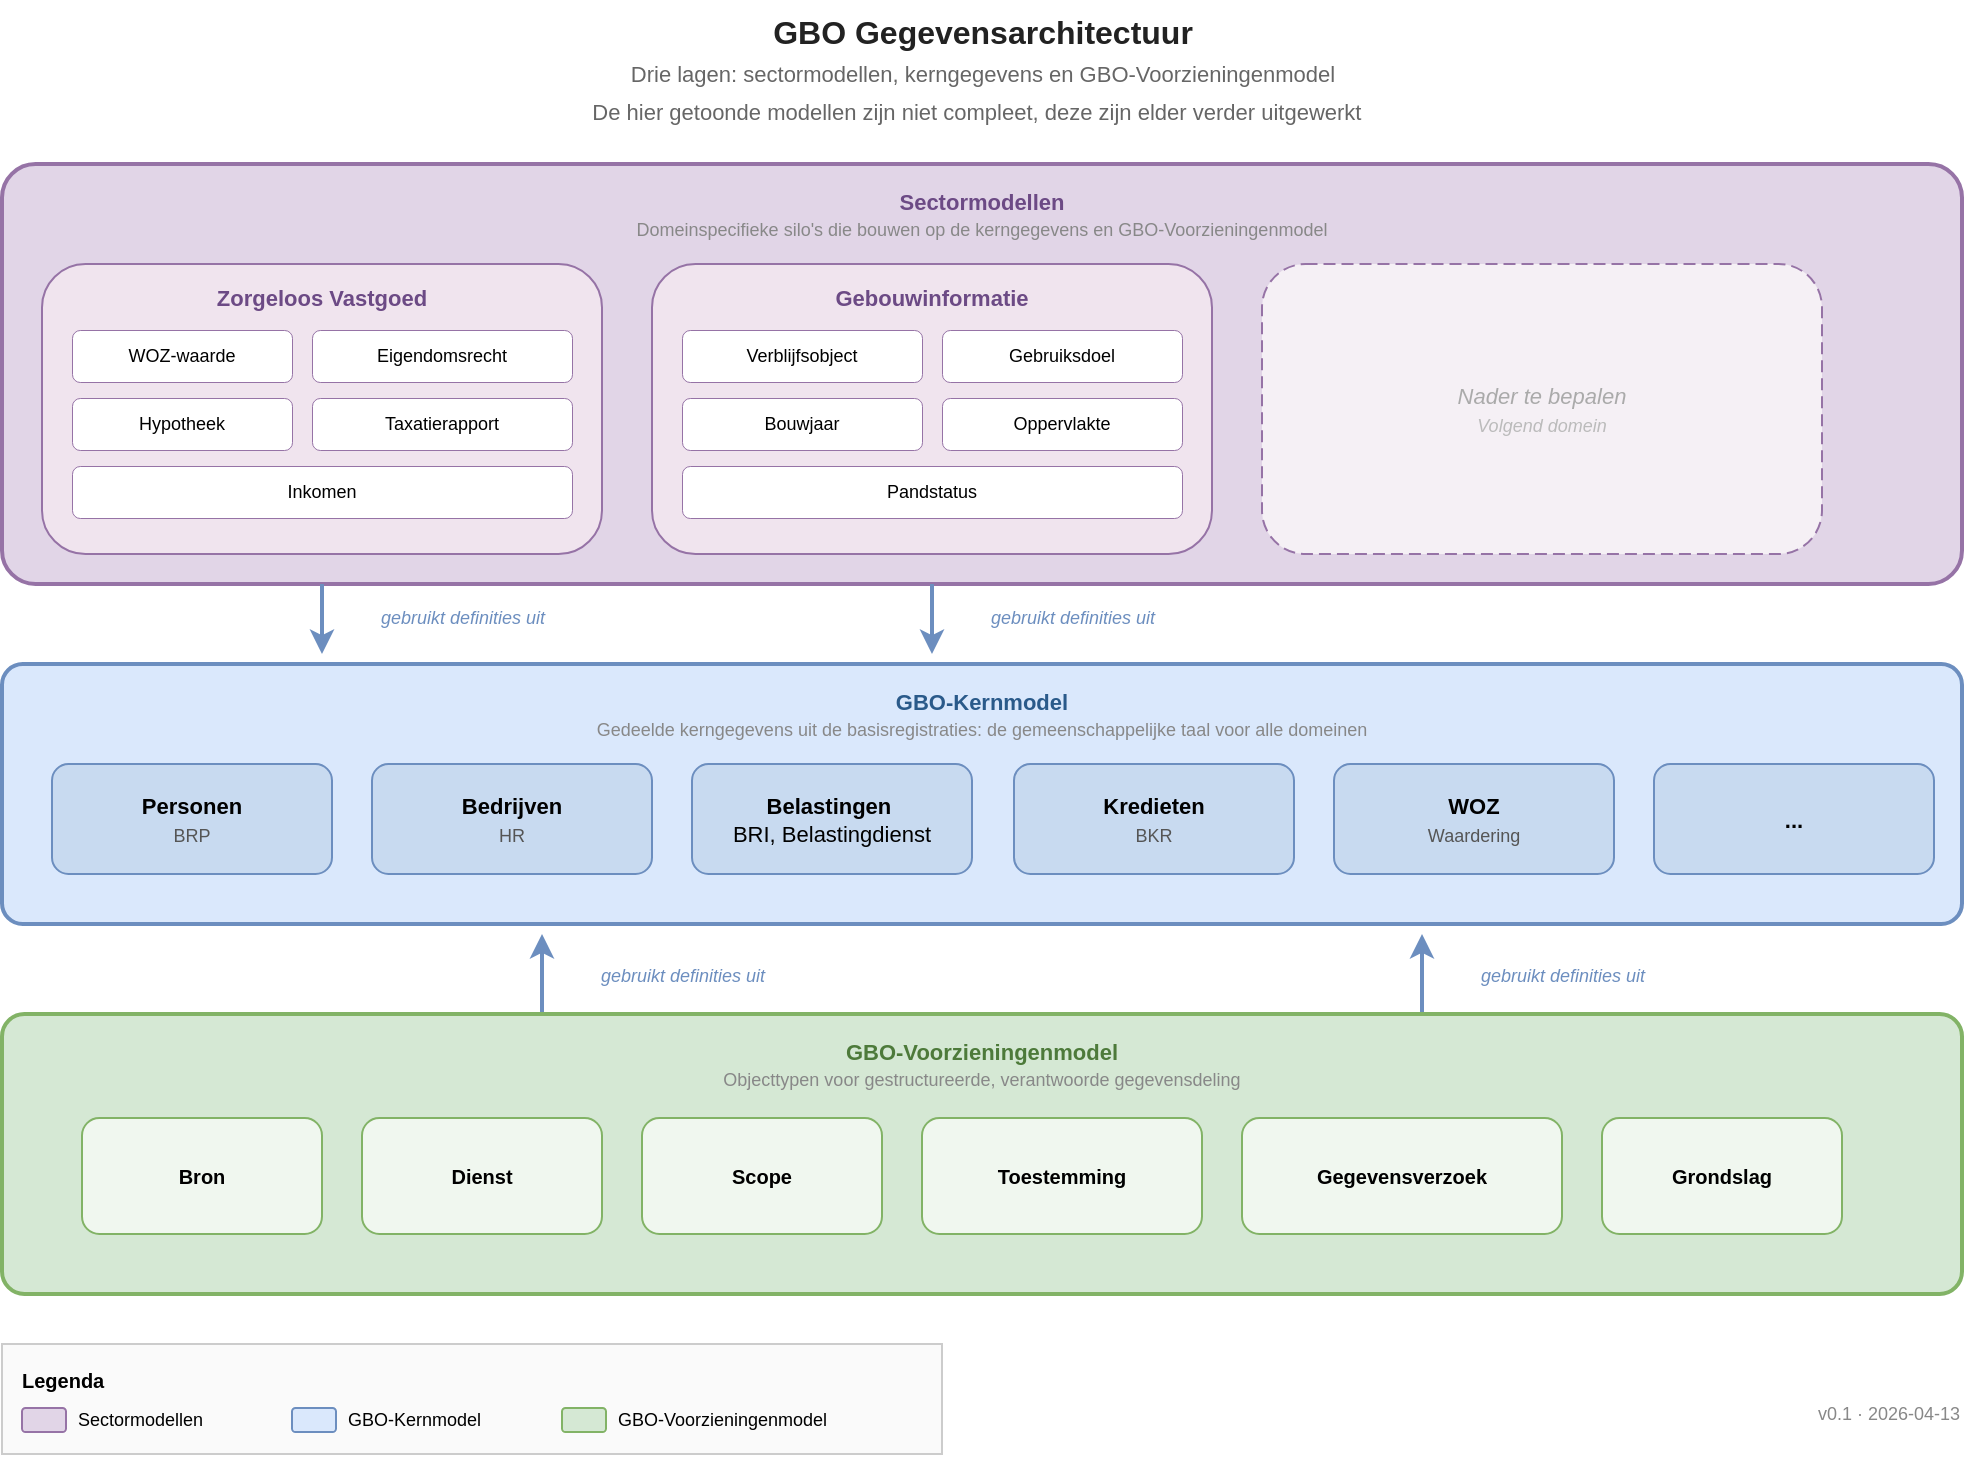
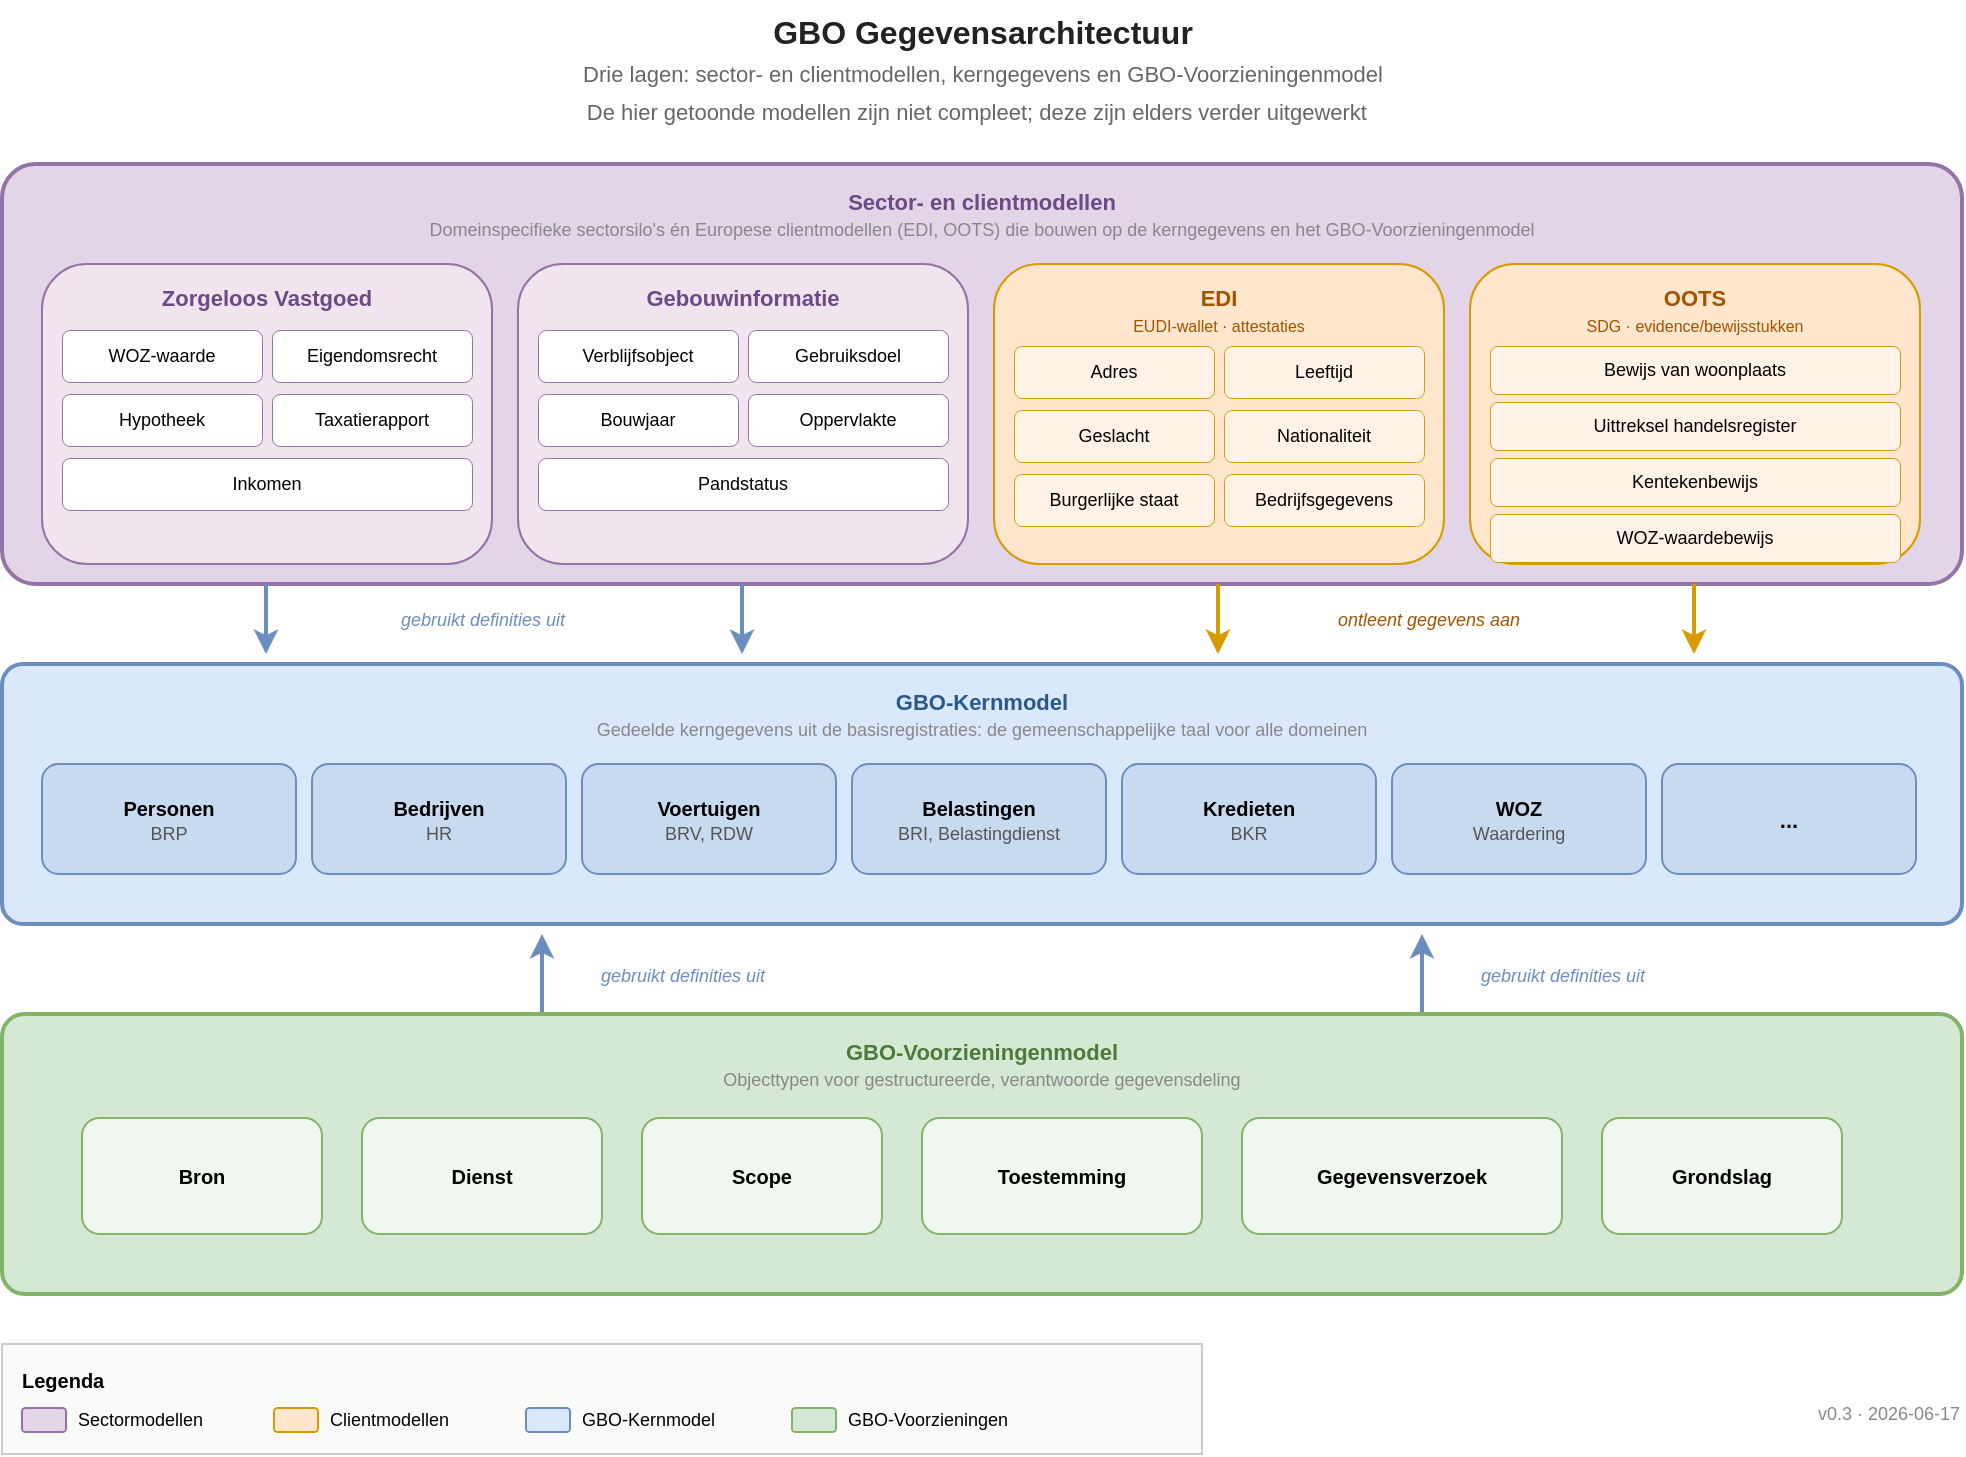
<mxfile host="Electron" agent="Mozilla/5.0 (Macintosh; Intel Mac OS X 10_15_7) AppleWebKit/537.36 (KHTML, like Gecko) draw.io/29.6.6 Chrome/144.0.7559.236 Electron/40.8.4 Safari/537.36">
  <diagram name="Gegevensarchitectuur" id="gbo-gegevensarchitectuur">
    <mxGraphModel dx="1006" dy="777" grid="1" gridSize="10" guides="1" tooltips="1" connect="1" arrows="1" fold="1" page="1" pageScale="1" pageWidth="1100" pageHeight="820" math="0" shadow="0">
      <root>
        <mxCell id="0" />
        <mxCell id="1" parent="0" />
-         <mxCell id="title" parent="1" style="text;html=1;align=center;verticalAlign=middle;resizable=0;points=[];autosize=1;strokeColor=none;fillColor=none;fontSize=16;fontColor=#222222;" value="&lt;b&gt;GBO Gegevensarchitectuur&lt;/b&gt;&lt;br&gt;&lt;font style=&quot;font-size:11px;color:#666&quot;&gt;Drie lagen: sectormodellen, kerngegevens en GBO-Voorzieningenmodel&lt;/font&gt;&lt;div&gt;&lt;font style=&quot;font-size:11px;color:#666&quot;&gt;De hier getoonde modellen zijn niet compleet, deze zijn elder verder uitgewerkt&amp;nbsp;&amp;nbsp;&lt;/font&gt;&lt;/div&gt;" vertex="1">
+         <mxCell id="title" parent="1" style="text;html=1;align=center;verticalAlign=middle;resizable=0;points=[];autosize=1;strokeColor=none;fillColor=none;fontSize=16;fontColor=#222222;" value="&lt;b&gt;GBO Gegevensarchitectuur&lt;/b&gt;&lt;br&gt;&lt;font style=&quot;font-size:11px;color:#666&quot;&gt;Drie lagen: sector- en clientmodellen, kerngegevens en GBO-Voorzieningenmodel&lt;/font&gt;&lt;div&gt;&lt;font style=&quot;font-size:11px;color:#666&quot;&gt;De hier getoonde modellen zijn niet compleet; deze zijn elders verder uitgewerkt&amp;nbsp;&amp;nbsp;&lt;/font&gt;&lt;/div&gt;" vertex="1">
          <mxGeometry height="70" width="410" x="345" y="11" as="geometry" />
        </mxCell>
-         <mxCell id="layer-sector" parent="1" style="rounded=1;whiteSpace=wrap;html=1;fillColor=#e1d5e7;strokeColor=#9673a6;strokeWidth=2;verticalAlign=top;fontSize=11;fontColor=#6c4a85;align=center;spacingTop=6;arcSize=8;" value="&lt;b&gt;Sectormodellen&lt;/b&gt;&lt;br&gt;&lt;font style=&quot;font-size:9px;color:#888&quot;&gt;Domeinspecifieke silo&#39;s die bouwen op de kerngegevens en GBO-Voorzieningenmodel&lt;/font&gt;" vertex="1">
+         <mxCell id="layer-sector" parent="1" style="rounded=1;whiteSpace=wrap;html=1;fillColor=#e1d5e7;strokeColor=#9673a6;strokeWidth=2;verticalAlign=top;fontSize=11;fontColor=#6c4a85;align=center;spacingTop=6;arcSize=8;" value="&lt;b&gt;Sector- en clientmodellen&lt;/b&gt;&lt;br&gt;&lt;font style=&quot;font-size:9px;color:#888&quot;&gt;Domeinspecifieke sectorsilo&#39;s én Europese clientmodellen (EDI, OOTS) die bouwen op de kerngegevens en het GBO-Voorzieningenmodel&lt;/font&gt;" vertex="1">
          <mxGeometry height="210" width="980" x="60" y="93" as="geometry" />
        </mxCell>
        <mxCell id="silo-zv" parent="1" style="rounded=1;whiteSpace=wrap;html=1;fillColor=#f0e4ee;strokeColor=#9673a6;strokeWidth=1;verticalAlign=top;fontSize=11;fontColor=#6c4a85;align=center;spacingTop=4;" value="&lt;b&gt;Zorgeloos Vastgoed&lt;/b&gt;" vertex="1">
-           <mxGeometry height="145" width="280" x="80" y="143" as="geometry" />
+           <mxGeometry height="150" width="225" x="80" y="143" as="geometry" />
        </mxCell>
        <mxCell id="zv-woz" parent="1" style="rounded=1;whiteSpace=wrap;html=1;fillColor=#ffffff;strokeColor=#9673a6;strokeWidth=0.5;verticalAlign=middle;fontSize=9;" value="WOZ-waarde" vertex="1">
-           <mxGeometry height="26" width="110" x="95" y="176" as="geometry" />
+           <mxGeometry height="26" width="100" x="90" y="176" as="geometry" />
        </mxCell>
        <mxCell id="zv-eigendom" parent="1" style="rounded=1;whiteSpace=wrap;html=1;fillColor=#ffffff;strokeColor=#9673a6;strokeWidth=0.5;verticalAlign=middle;fontSize=9;" value="Eigendomsrecht" vertex="1">
-           <mxGeometry height="26" width="130" x="215" y="176" as="geometry" />
+           <mxGeometry height="26" width="100" x="195" y="176" as="geometry" />
        </mxCell>
        <mxCell id="zv-hypotheek" parent="1" style="rounded=1;whiteSpace=wrap;html=1;fillColor=#ffffff;strokeColor=#9673a6;strokeWidth=0.5;verticalAlign=middle;fontSize=9;" value="Hypotheek" vertex="1">
-           <mxGeometry height="26" width="110" x="95" y="210" as="geometry" />
+           <mxGeometry height="26" width="100" x="90" y="208" as="geometry" />
        </mxCell>
        <mxCell id="zv-taxatie" parent="1" style="rounded=1;whiteSpace=wrap;html=1;fillColor=#ffffff;strokeColor=#9673a6;strokeWidth=0.5;verticalAlign=middle;fontSize=9;" value="Taxatierapport" vertex="1">
-           <mxGeometry height="26" width="130" x="215" y="210" as="geometry" />
+           <mxGeometry height="26" width="100" x="195" y="208" as="geometry" />
        </mxCell>
        <mxCell id="zv-energie" parent="1" style="rounded=1;whiteSpace=wrap;html=1;fillColor=#ffffff;strokeColor=#9673a6;strokeWidth=0.5;verticalAlign=middle;fontSize=9;" value="Inkomen" vertex="1">
-           <mxGeometry height="26" width="250" x="95" y="244" as="geometry" />
+           <mxGeometry height="26" width="205" x="90" y="240" as="geometry" />
        </mxCell>
        <mxCell id="silo-gi" parent="1" style="rounded=1;whiteSpace=wrap;html=1;fillColor=#f0e4ee;strokeColor=#9673a6;strokeWidth=1;verticalAlign=top;fontSize=11;fontColor=#6c4a85;align=center;spacingTop=4;" value="&lt;b&gt;Gebouwinformatie&lt;/b&gt;" vertex="1">
-           <mxGeometry height="145" width="280" x="385" y="143" as="geometry" />
+           <mxGeometry height="150" width="225" x="318" y="143" as="geometry" />
        </mxCell>
        <mxCell id="gi-verblijf" parent="1" style="rounded=1;whiteSpace=wrap;html=1;fillColor=#ffffff;strokeColor=#9673a6;strokeWidth=0.5;verticalAlign=middle;fontSize=9;" value="Verblijfsobject" vertex="1">
-           <mxGeometry height="26" width="120" x="400" y="176" as="geometry" />
+           <mxGeometry height="26" width="100" x="328" y="176" as="geometry" />
        </mxCell>
        <mxCell id="gi-gebruik" parent="1" style="rounded=1;whiteSpace=wrap;html=1;fillColor=#ffffff;strokeColor=#9673a6;strokeWidth=0.5;verticalAlign=middle;fontSize=9;" value="Gebruiksdoel" vertex="1">
-           <mxGeometry height="26" width="120" x="530" y="176" as="geometry" />
+           <mxGeometry height="26" width="100" x="433" y="176" as="geometry" />
        </mxCell>
        <mxCell id="gi-bouwjaar" parent="1" style="rounded=1;whiteSpace=wrap;html=1;fillColor=#ffffff;strokeColor=#9673a6;strokeWidth=0.5;verticalAlign=middle;fontSize=9;" value="Bouwjaar" vertex="1">
-           <mxGeometry height="26" width="120" x="400" y="210" as="geometry" />
+           <mxGeometry height="26" width="100" x="328" y="208" as="geometry" />
        </mxCell>
        <mxCell id="gi-opp" parent="1" style="rounded=1;whiteSpace=wrap;html=1;fillColor=#ffffff;strokeColor=#9673a6;strokeWidth=0.5;verticalAlign=middle;fontSize=9;" value="Oppervlakte" vertex="1">
-           <mxGeometry height="26" width="120" x="530" y="210" as="geometry" />
+           <mxGeometry height="26" width="100" x="433" y="208" as="geometry" />
        </mxCell>
        <mxCell id="gi-status" parent="1" style="rounded=1;whiteSpace=wrap;html=1;fillColor=#ffffff;strokeColor=#9673a6;strokeWidth=0.5;verticalAlign=middle;fontSize=9;" value="Pandstatus" vertex="1">
-           <mxGeometry height="26" width="250" x="400" y="244" as="geometry" />
-         </mxCell>
-         <mxCell id="silo-ntb" parent="1" style="rounded=1;whiteSpace=wrap;html=1;fillColor=#f5f0f5;strokeColor=#9673a6;strokeWidth=1;dashed=1;dashPattern=6 3;verticalAlign=middle;fontSize=11;fontColor=#aaa;fontStyle=2;align=center;" value="Nader te bepalen&lt;br&gt;&lt;font style=&quot;font-size:9px;color:#bbb&quot;&gt;Volgend domein&lt;/font&gt;" vertex="1">
-           <mxGeometry height="145" width="280" x="690" y="143" as="geometry" />
+           <mxGeometry height="26" width="205" x="328" y="240" as="geometry" />
+         </mxCell>
+         <mxCell id="silo-edi" parent="1" style="rounded=1;whiteSpace=wrap;html=1;fillColor=#ffe6cc;strokeColor=#d79b00;strokeWidth=1;verticalAlign=top;fontSize=11;fontColor=#a35200;align=center;spacingTop=4;" value="&lt;b&gt;EDI&lt;/b&gt;&lt;br&gt;&lt;font style=&quot;font-size:8px;color:#a35200&quot;&gt;EUDI-wallet · attestaties&lt;/font&gt;" vertex="1">
+           <mxGeometry height="150" width="225" x="556" y="143" as="geometry" />
+         </mxCell>
+         <mxCell id="edi-adres" parent="1" style="rounded=1;whiteSpace=wrap;html=1;fillColor=#fff2e6;strokeColor=#d79b00;strokeWidth=0.5;verticalAlign=middle;fontSize=9;" value="Adres" vertex="1">
+           <mxGeometry height="26" width="100" x="566" y="184" as="geometry" />
+         </mxCell>
+         <mxCell id="edi-leeftijd" parent="1" style="rounded=1;whiteSpace=wrap;html=1;fillColor=#fff2e6;strokeColor=#d79b00;strokeWidth=0.5;verticalAlign=middle;fontSize=9;" value="Leeftijd" vertex="1">
+           <mxGeometry height="26" width="100" x="671" y="184" as="geometry" />
+         </mxCell>
+         <mxCell id="edi-geslacht" parent="1" style="rounded=1;whiteSpace=wrap;html=1;fillColor=#fff2e6;strokeColor=#d79b00;strokeWidth=0.5;verticalAlign=middle;fontSize=9;" value="Geslacht" vertex="1">
+           <mxGeometry height="26" width="100" x="566" y="216" as="geometry" />
+         </mxCell>
+         <mxCell id="edi-nationaliteit" parent="1" style="rounded=1;whiteSpace=wrap;html=1;fillColor=#fff2e6;strokeColor=#d79b00;strokeWidth=0.5;verticalAlign=middle;fontSize=9;" value="Nationaliteit" vertex="1">
+           <mxGeometry height="26" width="100" x="671" y="216" as="geometry" />
+         </mxCell>
+         <mxCell id="edi-burgstaat" parent="1" style="rounded=1;whiteSpace=wrap;html=1;fillColor=#fff2e6;strokeColor=#d79b00;strokeWidth=0.5;verticalAlign=middle;fontSize=9;" value="Burgerlijke staat" vertex="1">
+           <mxGeometry height="26" width="100" x="566" y="248" as="geometry" />
+         </mxCell>
+         <mxCell id="edi-bedrijf" parent="1" style="rounded=1;whiteSpace=wrap;html=1;fillColor=#fff2e6;strokeColor=#d79b00;strokeWidth=0.5;verticalAlign=middle;fontSize=9;" value="Bedrijfsgegevens" vertex="1">
+           <mxGeometry height="26" width="100" x="671" y="248" as="geometry" />
+         </mxCell>
+         <mxCell id="silo-oots" parent="1" style="rounded=1;whiteSpace=wrap;html=1;fillColor=#ffe6cc;strokeColor=#d79b00;strokeWidth=1;verticalAlign=top;fontSize=11;fontColor=#a35200;align=center;spacingTop=4;" value="&lt;b&gt;OOTS&lt;/b&gt;&lt;br&gt;&lt;font style=&quot;font-size:8px;color:#a35200&quot;&gt;SDG · evidence/bewijsstukken&lt;/font&gt;" vertex="1">
+           <mxGeometry height="150" width="225" x="794" y="143" as="geometry" />
+         </mxCell>
+         <mxCell id="oots-woonplaats" parent="1" style="rounded=1;whiteSpace=wrap;html=1;fillColor=#fff2e6;strokeColor=#d79b00;strokeWidth=0.5;verticalAlign=middle;fontSize=9;" value="Bewijs van woonplaats" vertex="1">
+           <mxGeometry height="24" width="205" x="804" y="184" as="geometry" />
+         </mxCell>
+         <mxCell id="oots-hr" parent="1" style="rounded=1;whiteSpace=wrap;html=1;fillColor=#fff2e6;strokeColor=#d79b00;strokeWidth=0.5;verticalAlign=middle;fontSize=9;" value="Uittreksel handelsregister" vertex="1">
+           <mxGeometry height="24" width="205" x="804" y="212" as="geometry" />
+         </mxCell>
+         <mxCell id="oots-kenteken" parent="1" style="rounded=1;whiteSpace=wrap;html=1;fillColor=#fff2e6;strokeColor=#d79b00;strokeWidth=0.5;verticalAlign=middle;fontSize=9;" value="Kentekenbewijs" vertex="1">
+           <mxGeometry height="24" width="205" x="804" y="240" as="geometry" />
+         </mxCell>
+         <mxCell id="oots-woz" parent="1" style="rounded=1;whiteSpace=wrap;html=1;fillColor=#fff2e6;strokeColor=#d79b00;strokeWidth=0.5;verticalAlign=middle;fontSize=9;" value="WOZ-waardebewijs" vertex="1">
+           <mxGeometry height="24" width="205" x="804" y="268" as="geometry" />
        </mxCell>
        <mxCell id="arrow-sc1" edge="1" parent="1" style="endArrow=classic;html=1;strokeColor=#6c8ebf;strokeWidth=2;">
          <mxGeometry relative="1" as="geometry">
-             <mxPoint x="220" y="303" as="sourcePoint" />
-             <mxPoint x="220" y="338" as="targetPoint" />
-           </mxGeometry>
-         </mxCell>
-         <mxCell id="arrow-sc1-label" parent="1" style="text;html=1;align=center;verticalAlign=middle;strokeColor=none;fillColor=none;fontSize=9;fontColor=#6c8ebf;fontStyle=2;" value="gebruikt definities uit" vertex="1">
-           <mxGeometry height="18" width="120" x="230" y="311" as="geometry" />
+             <mxPoint x="192" y="303" as="sourcePoint" />
+             <mxPoint x="192" y="338" as="targetPoint" />
+           </mxGeometry>
        </mxCell>
        <mxCell id="arrow-sc2" edge="1" parent="1" style="endArrow=classic;html=1;strokeColor=#6c8ebf;strokeWidth=2;">
          <mxGeometry relative="1" as="geometry">
-             <mxPoint x="525" y="303" as="sourcePoint" />
-             <mxPoint x="525" y="338" as="targetPoint" />
-           </mxGeometry>
-         </mxCell>
-         <mxCell id="arrow-sc2-label" parent="1" style="text;html=1;align=center;verticalAlign=middle;strokeColor=none;fillColor=none;fontSize=9;fontColor=#6c8ebf;fontStyle=2;" value="gebruikt definities uit" vertex="1">
-           <mxGeometry height="18" width="120" x="535" y="311" as="geometry" />
+             <mxPoint x="430" y="303" as="sourcePoint" />
+             <mxPoint x="430" y="338" as="targetPoint" />
+           </mxGeometry>
+         </mxCell>
+         <mxCell id="arrow-sc-label" parent="1" style="text;html=1;align=center;verticalAlign=middle;strokeColor=none;fillColor=none;fontSize=9;fontColor=#6c8ebf;fontStyle=2;" value="gebruikt definities uit" vertex="1">
+           <mxGeometry height="18" width="120" x="240" y="312" as="geometry" />
+         </mxCell>
+         <mxCell id="arrow-sc3" edge="1" parent="1" style="endArrow=classic;html=1;strokeColor=#d79b00;strokeWidth=2;">
+           <mxGeometry relative="1" as="geometry">
+             <mxPoint x="668" y="303" as="sourcePoint" />
+             <mxPoint x="668" y="338" as="targetPoint" />
+           </mxGeometry>
+         </mxCell>
+         <mxCell id="arrow-sc4" edge="1" parent="1" style="endArrow=classic;html=1;strokeColor=#d79b00;strokeWidth=2;">
+           <mxGeometry relative="1" as="geometry">
+             <mxPoint x="906" y="303" as="sourcePoint" />
+             <mxPoint x="906" y="338" as="targetPoint" />
+           </mxGeometry>
+         </mxCell>
+         <mxCell id="arrow-sc-label2" parent="1" style="text;html=1;align=center;verticalAlign=middle;strokeColor=none;fillColor=none;fontSize=9;fontColor=#a35200;fontStyle=2;" value="ontleent gegevens aan" vertex="1">
+           <mxGeometry height="18" width="130" x="708" y="312" as="geometry" />
        </mxCell>
        <mxCell id="layer-core" parent="1" style="rounded=1;whiteSpace=wrap;html=1;fillColor=#dae8fc;strokeColor=#6c8ebf;strokeWidth=2;verticalAlign=top;fontSize=11;fontColor=#2a5a8a;align=center;spacingTop=6;arcSize=8;" value="&lt;b&gt;GBO-Kernmodel&lt;/b&gt;&lt;br&gt;&lt;font style=&quot;font-size:9px;color:#888&quot;&gt;Gedeelde kerngegevens uit de basisregistraties: de gemeenschappelijke taal voor alle domeinen&lt;/font&gt;" vertex="1">
          <mxGeometry height="130" width="980" x="60" y="343" as="geometry" />
        </mxCell>
-         <mxCell id="core-personen" parent="1" style="rounded=1;whiteSpace=wrap;html=1;fillColor=#c8daf0;strokeColor=#6c8ebf;strokeWidth=1;verticalAlign=middle;fontSize=11;" value="&lt;b&gt;Personen&lt;/b&gt;&lt;br&gt;&lt;font style=&quot;font-size:9px;color:#555&quot;&gt;BRP&lt;/font&gt;" vertex="1">
-           <mxGeometry height="55" width="140" x="85" y="393" as="geometry" />
-         </mxCell>
-         <mxCell id="core-bedrijven" parent="1" style="rounded=1;whiteSpace=wrap;html=1;fillColor=#c8daf0;strokeColor=#6c8ebf;strokeWidth=1;verticalAlign=middle;fontSize=11;" value="&lt;b&gt;Bedrijven&lt;/b&gt;&lt;br&gt;&lt;font style=&quot;font-size:9px;color:#555&quot;&gt;HR&lt;/font&gt;" vertex="1">
-           <mxGeometry height="55" width="140" x="245" y="393" as="geometry" />
-         </mxCell>
-         <mxCell id="core-panden" parent="1" style="rounded=1;whiteSpace=wrap;html=1;fillColor=#c8daf0;strokeColor=#6c8ebf;strokeWidth=1;verticalAlign=middle;fontSize=11;" value="&lt;b&gt;Belastingen&amp;nbsp;&lt;/b&gt;&lt;div&gt;BRI, Belastingdienst&lt;/div&gt;" vertex="1">
-           <mxGeometry height="55" width="140" x="405" y="393" as="geometry" />
-         </mxCell>
-         <mxCell id="core-locaties" parent="1" style="rounded=1;whiteSpace=wrap;html=1;fillColor=#c8daf0;strokeColor=#6c8ebf;strokeWidth=1;verticalAlign=middle;fontSize=11;" value="&lt;b&gt;Kredieten&lt;/b&gt;&lt;br&gt;&lt;font style=&quot;font-size:9px;color:#555&quot;&gt;BKR&lt;/font&gt;" vertex="1">
-           <mxGeometry height="55" width="140" x="566" y="393" as="geometry" />
-         </mxCell>
-         <mxCell id="core-woz" parent="1" style="rounded=1;whiteSpace=wrap;html=1;fillColor=#c8daf0;strokeColor=#6c8ebf;strokeWidth=1;verticalAlign=middle;fontSize=11;" value="&lt;b&gt;WOZ&lt;/b&gt;&lt;br&gt;&lt;font style=&quot;font-size:9px;color:#555&quot;&gt;Waardering&lt;/font&gt;" vertex="1">
-           <mxGeometry height="55" width="140" x="726" y="393" as="geometry" />
+         <mxCell id="core-personen" parent="1" style="rounded=1;whiteSpace=wrap;html=1;fillColor=#c8daf0;strokeColor=#6c8ebf;strokeWidth=1;verticalAlign=middle;fontSize=10;" value="&lt;b&gt;Personen&lt;/b&gt;&lt;br&gt;&lt;font style=&quot;font-size:9px;color:#555&quot;&gt;BRP&lt;/font&gt;" vertex="1">
+           <mxGeometry height="55" width="127" x="80" y="393" as="geometry" />
+         </mxCell>
+         <mxCell id="core-bedrijven" parent="1" style="rounded=1;whiteSpace=wrap;html=1;fillColor=#c8daf0;strokeColor=#6c8ebf;strokeWidth=1;verticalAlign=middle;fontSize=10;" value="&lt;b&gt;Bedrijven&lt;/b&gt;&lt;br&gt;&lt;font style=&quot;font-size:9px;color:#555&quot;&gt;HR&lt;/font&gt;" vertex="1">
+           <mxGeometry height="55" width="127" x="215" y="393" as="geometry" />
+         </mxCell>
+         <mxCell id="core-voertuigen" parent="1" style="rounded=1;whiteSpace=wrap;html=1;fillColor=#c8daf0;strokeColor=#6c8ebf;strokeWidth=1;verticalAlign=middle;fontSize=10;" value="&lt;b&gt;Voertuigen&lt;/b&gt;&lt;br&gt;&lt;font style=&quot;font-size:9px;color:#555&quot;&gt;BRV, RDW&lt;/font&gt;" vertex="1">
+           <mxGeometry height="55" width="127" x="350" y="393" as="geometry" />
+         </mxCell>
+         <mxCell id="core-belastingen" parent="1" style="rounded=1;whiteSpace=wrap;html=1;fillColor=#c8daf0;strokeColor=#6c8ebf;strokeWidth=1;verticalAlign=middle;fontSize=10;" value="&lt;b&gt;Belastingen&lt;/b&gt;&lt;br&gt;&lt;font style=&quot;font-size:9px;color:#555&quot;&gt;BRI, Belastingdienst&lt;/font&gt;" vertex="1">
+           <mxGeometry height="55" width="127" x="485" y="393" as="geometry" />
+         </mxCell>
+         <mxCell id="core-kredieten" parent="1" style="rounded=1;whiteSpace=wrap;html=1;fillColor=#c8daf0;strokeColor=#6c8ebf;strokeWidth=1;verticalAlign=middle;fontSize=10;" value="&lt;b&gt;Kredieten&lt;/b&gt;&lt;br&gt;&lt;font style=&quot;font-size:9px;color:#555&quot;&gt;BKR&lt;/font&gt;" vertex="1">
+           <mxGeometry height="55" width="127" x="620" y="393" as="geometry" />
+         </mxCell>
+         <mxCell id="core-woz" parent="1" style="rounded=1;whiteSpace=wrap;html=1;fillColor=#c8daf0;strokeColor=#6c8ebf;strokeWidth=1;verticalAlign=middle;fontSize=10;" value="&lt;b&gt;WOZ&lt;/b&gt;&lt;br&gt;&lt;font style=&quot;font-size:9px;color:#555&quot;&gt;Waardering&lt;/font&gt;" vertex="1">
+           <mxGeometry height="55" width="127" x="755" y="393" as="geometry" />
+         </mxCell>
+         <mxCell id="core-overig" parent="1" style="rounded=1;whiteSpace=wrap;html=1;fillColor=#c8daf0;strokeColor=#6c8ebf;strokeWidth=1;verticalAlign=middle;fontSize=11;" value="&lt;b&gt;...&lt;/b&gt;" vertex="1">
+           <mxGeometry height="55" width="127" x="890" y="393" as="geometry" />
        </mxCell>
        <mxCell id="arrow-gc1" edge="1" parent="1" style="endArrow=classic;html=1;strokeColor=#6c8ebf;strokeWidth=2;">
          <mxGeometry relative="1" as="geometry">
            <mxPoint x="330" y="518" as="sourcePoint" />
            <mxPoint x="330" y="478" as="targetPoint" />
          </mxGeometry>
        </mxCell>
        <mxCell id="arrow-gc1-label" parent="1" style="text;html=1;align=center;verticalAlign=middle;strokeColor=none;fillColor=none;fontSize=9;fontColor=#6c8ebf;fontStyle=2;" value="gebruikt definities uit" vertex="1">
          <mxGeometry height="18" width="120" x="340" y="490" as="geometry" />
        </mxCell>
        <mxCell id="arrow-gc2" edge="1" parent="1" style="endArrow=classic;html=1;strokeColor=#6c8ebf;strokeWidth=2;">
          <mxGeometry relative="1" as="geometry">
            <mxPoint x="770" y="518" as="sourcePoint" />
            <mxPoint x="770" y="478" as="targetPoint" />
          </mxGeometry>
        </mxCell>
        <mxCell id="arrow-gc2-label" parent="1" style="text;html=1;align=center;verticalAlign=middle;strokeColor=none;fillColor=none;fontSize=9;fontColor=#6c8ebf;fontStyle=2;" value="gebruikt definities uit" vertex="1">
          <mxGeometry height="18" width="120" x="780" y="490" as="geometry" />
        </mxCell>
        <mxCell id="layer-gbo" parent="1" style="rounded=1;whiteSpace=wrap;html=1;fillColor=#d5e8d4;strokeColor=#82b366;strokeWidth=2;verticalAlign=top;fontSize=11;fontColor=#4d7a3a;align=center;spacingTop=6;arcSize=8;" value="&lt;b&gt;GBO-Voorzieningenmodel&lt;/b&gt;&lt;br&gt;&lt;font style=&quot;font-size:9px;color:#888&quot;&gt;Objecttypen voor gestructureerde, verantwoorde gegevensdeling&lt;/font&gt;" vertex="1">
          <mxGeometry height="140" width="980" x="60" y="518" as="geometry" />
        </mxCell>
        <mxCell id="gbo-bron" parent="1" style="rounded=1;whiteSpace=wrap;html=1;fillColor=#f0f7ef;strokeColor=#82b366;strokeWidth=1;verticalAlign=middle;fontSize=10;" value="&lt;b&gt;Bron&lt;/b&gt;" vertex="1">
          <mxGeometry height="58" width="120" x="100" y="570" as="geometry" />
        </mxCell>
        <mxCell id="gbo-dienst" parent="1" style="rounded=1;whiteSpace=wrap;html=1;fillColor=#f0f7ef;strokeColor=#82b366;strokeWidth=1;verticalAlign=middle;fontSize=10;" value="&lt;b&gt;Dienst&lt;/b&gt;" vertex="1">
          <mxGeometry height="58" width="120" x="240" y="570" as="geometry" />
        </mxCell>
        <mxCell id="gbo-scope" parent="1" style="rounded=1;whiteSpace=wrap;html=1;fillColor=#f0f7ef;strokeColor=#82b366;strokeWidth=1;verticalAlign=middle;fontSize=10;" value="&lt;b&gt;Scope&lt;/b&gt;" vertex="1">
          <mxGeometry height="58" width="120" x="380" y="570" as="geometry" />
        </mxCell>
        <mxCell id="gbo-toestemming" parent="1" style="rounded=1;whiteSpace=wrap;html=1;fillColor=#f0f7ef;strokeColor=#82b366;strokeWidth=1;verticalAlign=middle;fontSize=10;" value="&lt;b&gt;Toestemming&lt;/b&gt;" vertex="1">
          <mxGeometry height="58" width="140" x="520" y="570" as="geometry" />
        </mxCell>
        <mxCell id="gbo-verzoek" parent="1" style="rounded=1;whiteSpace=wrap;html=1;fillColor=#f0f7ef;strokeColor=#82b366;strokeWidth=1;verticalAlign=middle;fontSize=10;" value="&lt;b&gt;Gegevensverzoek&lt;/b&gt;" vertex="1">
          <mxGeometry height="58" width="160" x="680" y="570" as="geometry" />
        </mxCell>
        <mxCell id="gbo-grondslag" parent="1" style="rounded=1;whiteSpace=wrap;html=1;fillColor=#f0f7ef;strokeColor=#82b366;strokeWidth=1;verticalAlign=middle;fontSize=10;" value="&lt;b&gt;Grondslag&lt;/b&gt;" vertex="1">
          <mxGeometry height="58" width="120" x="860" y="570" as="geometry" />
        </mxCell>
        <mxCell id="legend-box" parent="1" style="rounded=0;whiteSpace=wrap;html=1;fillColor=#fafafa;strokeColor=#cccccc;strokeWidth=1;verticalAlign=top;align=left;fontSize=10;spacingLeft=8;spacingTop=6;" value="&lt;b&gt;Legenda&lt;/b&gt;" vertex="1">
-           <mxGeometry height="55" width="470" x="60" y="683" as="geometry" />
+           <mxGeometry height="55" width="600" x="60" y="683" as="geometry" />
        </mxCell>
        <mxCell id="leg1" parent="1" style="rounded=1;whiteSpace=wrap;html=1;fillColor=#e1d5e7;strokeColor=#9673a6;strokeWidth=1;fontSize=9;" value="" vertex="1">
          <mxGeometry height="12" width="22" x="70" y="715" as="geometry" />
        </mxCell>
        <mxCell id="leg1t" parent="1" style="text;html=1;align=left;verticalAlign=middle;strokeColor=none;fillColor=none;fontSize=9;" value="Sectormodellen" vertex="1">
-           <mxGeometry height="20" width="95" x="96" y="711" as="geometry" />
-         </mxCell>
-         <mxCell id="leg2" parent="1" style="rounded=1;whiteSpace=wrap;html=1;fillColor=#dae8fc;strokeColor=#6c8ebf;strokeWidth=1;fontSize=9;" value="" vertex="1">
-           <mxGeometry height="12" width="22" x="205" y="715" as="geometry" />
-         </mxCell>
-         <mxCell id="leg2t" parent="1" style="text;html=1;align=left;verticalAlign=middle;strokeColor=none;fillColor=none;fontSize=9;" value="GBO-Kernmodel" vertex="1">
-           <mxGeometry height="20" width="95" x="231" y="711" as="geometry" />
-         </mxCell>
-         <mxCell id="leg3" parent="1" style="rounded=1;whiteSpace=wrap;html=1;fillColor=#d5e8d4;strokeColor=#82b366;strokeWidth=1;fontSize=9;" value="" vertex="1">
-           <mxGeometry height="12" width="22" x="340" y="715" as="geometry" />
-         </mxCell>
-         <mxCell id="leg3t" parent="1" style="text;html=1;align=left;verticalAlign=middle;strokeColor=none;fillColor=none;fontSize=9;" value="GBO-Voorzieningenmodel" vertex="1">
-           <mxGeometry height="20" width="150" x="366" y="711" as="geometry" />
-         </mxCell>
-         <mxCell id="version" parent="1" style="text;html=1;align=right;verticalAlign=middle;strokeColor=none;fillColor=none;fontSize=9;fontColor=#888888;" value="v0.1 &amp;middot; 2026-04-13" vertex="1">
+           <mxGeometry height="20" width="90" x="96" y="711" as="geometry" />
+         </mxCell>
+         <mxCell id="leg2" parent="1" style="rounded=1;whiteSpace=wrap;html=1;fillColor=#ffe6cc;strokeColor=#d79b00;strokeWidth=1;fontSize=9;" value="" vertex="1">
+           <mxGeometry height="12" width="22" x="196" y="715" as="geometry" />
+         </mxCell>
+         <mxCell id="leg2t" parent="1" style="text;html=1;align=left;verticalAlign=middle;strokeColor=none;fillColor=none;fontSize=9;" value="Clientmodellen" vertex="1">
+           <mxGeometry height="20" width="90" x="222" y="711" as="geometry" />
+         </mxCell>
+         <mxCell id="leg3" parent="1" style="rounded=1;whiteSpace=wrap;html=1;fillColor=#dae8fc;strokeColor=#6c8ebf;strokeWidth=1;fontSize=9;" value="" vertex="1">
+           <mxGeometry height="12" width="22" x="322" y="715" as="geometry" />
+         </mxCell>
+         <mxCell id="leg3t" parent="1" style="text;html=1;align=left;verticalAlign=middle;strokeColor=none;fillColor=none;fontSize=9;" value="GBO-Kernmodel" vertex="1">
+           <mxGeometry height="20" width="95" x="348" y="711" as="geometry" />
+         </mxCell>
+         <mxCell id="leg4" parent="1" style="rounded=1;whiteSpace=wrap;html=1;fillColor=#d5e8d4;strokeColor=#82b366;strokeWidth=1;fontSize=9;" value="" vertex="1">
+           <mxGeometry height="12" width="22" x="455" y="715" as="geometry" />
+         </mxCell>
+         <mxCell id="leg4t" parent="1" style="text;html=1;align=left;verticalAlign=middle;strokeColor=none;fillColor=none;fontSize=9;" value="GBO-Voorzieningen" vertex="1">
+           <mxGeometry height="20" width="120" x="481" y="711" as="geometry" />
+         </mxCell>
+         <mxCell id="version" parent="1" style="text;html=1;align=right;verticalAlign=middle;strokeColor=none;fillColor=none;fontSize=9;fontColor=#888888;" value="v0.3 &amp;middot; 2026-06-17" vertex="1">
          <mxGeometry height="20" width="160" x="880" y="708" as="geometry" />
-         </mxCell>
-         <mxCell id="Il_0T0UKi9FZB3m0dXk6-1" parent="1" style="rounded=1;whiteSpace=wrap;html=1;fillColor=#c8daf0;strokeColor=#6c8ebf;strokeWidth=1;verticalAlign=middle;fontSize=11;" value="&lt;b&gt;...&lt;/b&gt;" vertex="1">
-           <mxGeometry height="55" width="140" x="886" y="393" as="geometry" />
        </mxCell>
      </root>
    </mxGraphModel>
  </diagram>
</mxfile>
